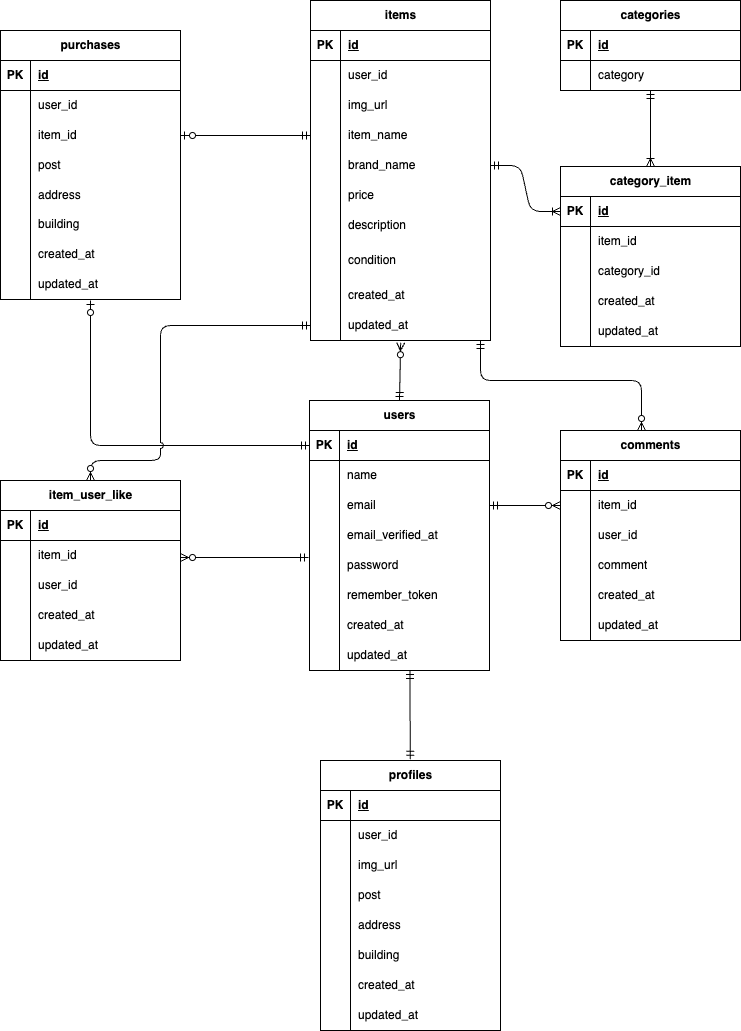
Above: ER.drawio.png in YamadaNanami/free-market-app (draw.io), before the change. Source tidied: cells renumbered, new cells last; positions are measured from the earlier drawing's top-left corner, leaving out a move shared by most shapes.
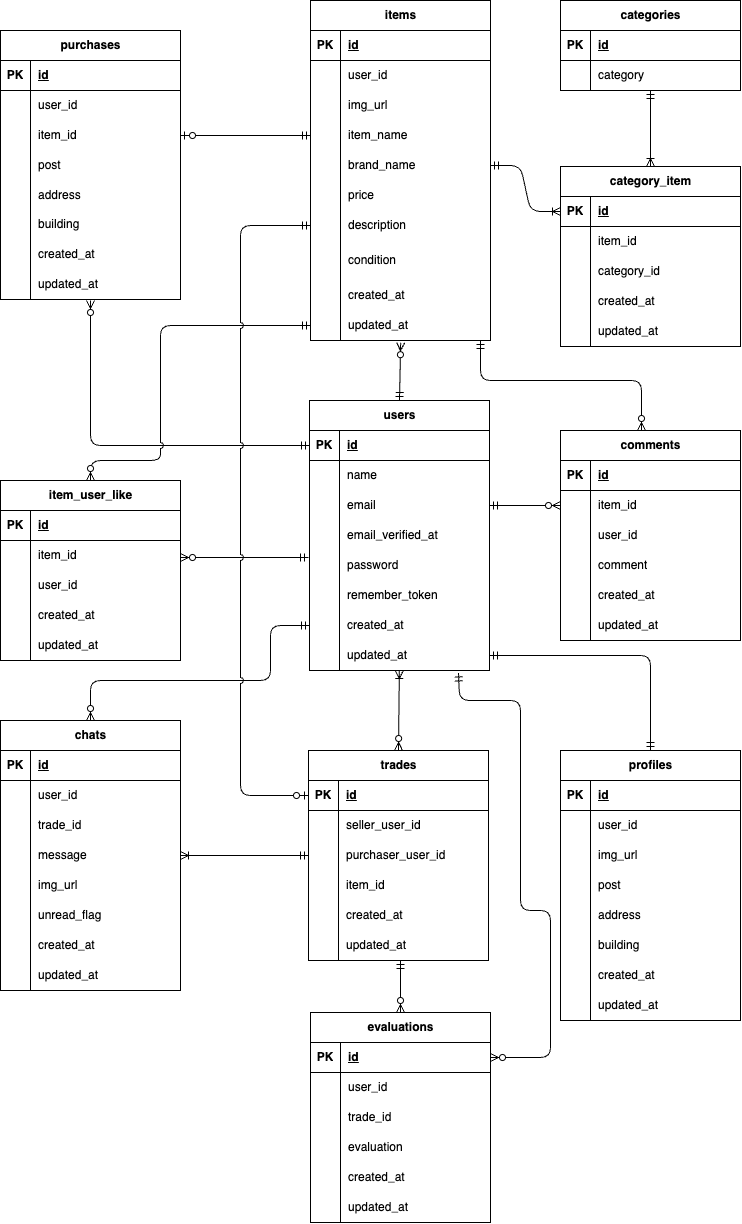
The same file after the commit.

Diff of the diagram source:
```diff
@@ -246,7 +246,7 @@
       <mxGeometry x="30" width="150" height="30" as="geometry" />
     </mxCell>
     <mxCell id="83" value="profiles" style="shape=table;startSize=30;rowLines=0;fontStyle=1;align=center;html=1;" parent="1" vertex="1">
-      <mxGeometry x="320" y="760" width="180" height="270" as="geometry" />
+      <mxGeometry x="560" y="750" width="180" height="270" as="geometry" />
     </mxCell>
     <mxCell id="84" style="shape=tableRow;horizontal=0;startSize=0;swimlaneHead=0;swimlaneBody=0;fillColor=none;top=0;left=0;right=0;bottom=1;" parent="83" vertex="1">
       <mxGeometry y="30" width="180" height="30" as="geometry" />
@@ -507,16 +507,13 @@
         <mxPoint x="399" y="400" as="sourcePoint" />
       </mxGeometry>
     </mxCell>
-    <mxCell id="169" style="fontSize=12;html=1;endArrow=ERmandOne;startArrow=ERmandOne;entryX=0.426;entryY=1.044;entryDx=0;entryDy=0;entryPerimeter=0;jumpSize=5;" parent="1" edge="1">
-      <mxGeometry relative="1" as="geometry">
-        <mxPoint x="409.8" y="758.7" as="sourcePoint" />
-        <mxPoint x="409.4" y="670" as="targetPoint" />
-      </mxGeometry>
+    <mxCell id="169" style="fontSize=12;html=1;endArrow=ERmandOne;startArrow=ERmandOne;entryX=1;entryY=0.5;entryDx=0;entryDy=0;jumpSize=5;exitX=0.5;exitY=0;exitDx=0;exitDy=0;edgeStyle=orthogonalEdgeStyle;" parent="1" edge="1" source="83" target="24">
+      <mxGeometry relative="1" as="geometry" />
     </mxCell>
     <mxCell id="170" style="fontSize=12;html=1;endArrow=ERzeroToOne;startArrow=ERmandOne;entryX=1;entryY=0.5;entryDx=0;entryDy=0;exitX=0;exitY=0.5;exitDx=0;exitDy=0;endFill=0;" parent="1" edge="1" source="62" target="34">
       <mxGeometry relative="1" as="geometry" />
     </mxCell>
-    <mxCell id="171" style="fontSize=12;html=1;endArrow=ERzeroToOne;startArrow=ERmandOne;entryX=0.5;entryY=1.033;entryDx=0;entryDy=0;exitX=0;exitY=0.5;exitDx=0;exitDy=0;edgeStyle=orthogonalEdgeStyle;entryPerimeter=0;endFill=0;" parent="1" edge="1" source="3" target="49">
+    <mxCell id="171" style="fontSize=12;html=1;endArrow=ERzeroToMany;startArrow=ERmandOne;entryX=0.5;entryY=1.033;entryDx=0;entryDy=0;exitX=0;exitY=0.5;exitDx=0;exitDy=0;edgeStyle=orthogonalEdgeStyle;entryPerimeter=0;endFill=0;" parent="1" edge="1" source="3" target="49">
       <mxGeometry relative="1" as="geometry" />
     </mxCell>
     <mxCell id="172" style="fontSize=12;html=1;endArrow=ERzeroToMany;startArrow=ERmandOne;entryX=1;entryY=0.5;entryDx=0;entryDy=0;" parent="1" edge="1">
@@ -547,5 +544,234 @@
     <mxCell id="175" style="fontSize=12;html=1;endArrow=ERzeroToMany;startArrow=ERmandOne;elbow=vertical;startFill=0;exitX=1;exitY=0.5;exitDx=0;exitDy=0;entryX=0;entryY=0.5;entryDx=0;entryDy=0;" parent="1" edge="1" source="9" target="135">
       <mxGeometry relative="1" as="geometry" />
     </mxCell>
+    <mxCell id="176" value="trades" style="shape=table;startSize=30;rowLines=0;fontStyle=1;align=center;html=1;" parent="1" vertex="1">
+      <mxGeometry x="308" y="750" width="180" height="210" as="geometry" />
+    </mxCell>
+    <mxCell id="177" style="shape=tableRow;horizontal=0;startSize=0;swimlaneHead=0;swimlaneBody=0;fillColor=none;points=[[0,0.5],[1,0.5]];portConstraint=eastwest;top=0;left=0;right=0;bottom=1;" parent="176" vertex="1">
+      <mxGeometry y="30" width="180" height="30" as="geometry" />
+    </mxCell>
+    <mxCell id="178" value="PK" style="shape=partialRectangle;fillColor=none;top=0;left=0;bottom=0;right=0;fontStyle=1;overflow=hidden;whiteSpace=wrap;html=1;" parent="177" vertex="1">
+      <mxGeometry width="30" height="30" as="geometry" />
+    </mxCell>
+    <mxCell id="179" value="id" style="shape=partialRectangle;fillColor=none;top=0;left=0;bottom=0;right=0;align=left;spacingLeft=6;fontStyle=5;overflow=hidden;whiteSpace=wrap;html=1;" parent="177" vertex="1">
+      <mxGeometry x="30" width="150" height="30" as="geometry" />
+    </mxCell>
+    <mxCell id="180" style="shape=tableRow;horizontal=0;startSize=0;swimlaneHead=0;swimlaneBody=0;fillColor=none;top=0;left=0;right=0;bottom=0;" parent="176" vertex="1">
+      <mxGeometry y="60" width="180" height="30" as="geometry" />
+    </mxCell>
+    <mxCell id="181" style="shape=partialRectangle;fillColor=none;top=0;left=0;bottom=0;right=0;overflow=hidden;whiteSpace=wrap;html=1;" parent="180" vertex="1">
+      <mxGeometry width="30" height="30" as="geometry" />
+    </mxCell>
+    <mxCell id="182" value="seller_user_id" style="shape=partialRectangle;fillColor=none;top=0;left=0;bottom=0;right=0;align=left;spacingLeft=6;overflow=hidden;whiteSpace=wrap;html=1;" parent="180" vertex="1">
+      <mxGeometry x="30" width="150" height="30" as="geometry" />
+    </mxCell>
+    <mxCell id="183" style="shape=tableRow;horizontal=0;startSize=0;swimlaneHead=0;swimlaneBody=0;fillColor=none;points=[[0,0.5],[1,0.5]];portConstraint=eastwest;top=0;left=0;right=0;bottom=0;" parent="176" vertex="1">
+      <mxGeometry y="90" width="180" height="30" as="geometry" />
+    </mxCell>
+    <mxCell id="184" style="shape=partialRectangle;fillColor=none;top=0;left=0;bottom=0;right=0;overflow=hidden;whiteSpace=wrap;html=1;" parent="183" vertex="1">
+      <mxGeometry width="30" height="30" as="geometry" />
+    </mxCell>
+    <mxCell id="185" value="purchaser_user_id" style="shape=partialRectangle;fillColor=none;top=0;left=0;bottom=0;right=0;align=left;spacingLeft=6;overflow=hidden;whiteSpace=wrap;html=1;" parent="183" vertex="1">
+      <mxGeometry x="30" width="150" height="30" as="geometry" />
+    </mxCell>
+    <mxCell id="186" style="shape=tableRow;horizontal=0;startSize=0;swimlaneHead=0;swimlaneBody=0;fillColor=none;top=0;left=0;right=0;bottom=0;" parent="176" vertex="1">
+      <mxGeometry y="120" width="180" height="30" as="geometry" />
+    </mxCell>
+    <mxCell id="187" style="shape=partialRectangle;fillColor=none;top=0;left=0;bottom=0;right=0;overflow=hidden;whiteSpace=wrap;html=1;" parent="186" vertex="1">
+      <mxGeometry width="30" height="30" as="geometry" />
+    </mxCell>
+    <mxCell id="188" value="item_id" style="shape=partialRectangle;fillColor=none;top=0;left=0;bottom=0;right=0;align=left;spacingLeft=6;overflow=hidden;whiteSpace=wrap;html=1;" parent="186" vertex="1">
+      <mxGeometry x="30" width="150" height="30" as="geometry" />
+    </mxCell>
+    <mxCell id="189" style="shape=tableRow;horizontal=0;startSize=0;swimlaneHead=0;swimlaneBody=0;fillColor=none;top=0;left=0;right=0;bottom=0;" parent="176" vertex="1">
+      <mxGeometry y="150" width="180" height="30" as="geometry" />
+    </mxCell>
+    <mxCell id="190" style="shape=partialRectangle;fillColor=none;top=0;left=0;bottom=0;right=0;overflow=hidden;whiteSpace=wrap;html=1;" parent="189" vertex="1">
+      <mxGeometry width="30" height="30" as="geometry" />
+    </mxCell>
+    <mxCell id="191" value="created_at" style="shape=partialRectangle;fillColor=none;top=0;left=0;bottom=0;right=0;align=left;spacingLeft=6;overflow=hidden;whiteSpace=wrap;html=1;" parent="189" vertex="1">
+      <mxGeometry x="30" width="150" height="30" as="geometry" />
+    </mxCell>
+    <mxCell id="192" style="shape=tableRow;horizontal=0;startSize=0;swimlaneHead=0;swimlaneBody=0;fillColor=none;top=0;left=0;right=0;bottom=0;" parent="176" vertex="1">
+      <mxGeometry y="180" width="180" height="30" as="geometry" />
+    </mxCell>
+    <mxCell id="193" style="shape=partialRectangle;fillColor=none;top=0;left=0;bottom=0;right=0;overflow=hidden;whiteSpace=wrap;html=1;" parent="192" vertex="1">
+      <mxGeometry width="30" height="30" as="geometry" />
+    </mxCell>
+    <mxCell id="194" value="updated_at" style="shape=partialRectangle;fillColor=none;top=0;left=0;bottom=0;right=0;align=left;spacingLeft=6;overflow=hidden;whiteSpace=wrap;html=1;" parent="192" vertex="1">
+      <mxGeometry x="30" width="150" height="30" as="geometry" />
+    </mxCell>
+    <mxCell id="195" value="chats" style="shape=table;startSize=30;rowLines=0;fontStyle=1;align=center;html=1;" parent="1" vertex="1">
+      <mxGeometry y="720" width="180" height="270" as="geometry" />
+    </mxCell>
+    <mxCell id="196" style="shape=tableRow;horizontal=0;startSize=0;swimlaneHead=0;swimlaneBody=0;fillColor=none;top=0;left=0;right=0;bottom=1;" parent="195" vertex="1">
+      <mxGeometry y="30" width="180" height="30" as="geometry" />
+    </mxCell>
+    <mxCell id="197" value="PK" style="shape=partialRectangle;fillColor=none;top=0;left=0;bottom=0;right=0;fontStyle=1;overflow=hidden;whiteSpace=wrap;html=1;" parent="196" vertex="1">
+      <mxGeometry width="30" height="30" as="geometry" />
+    </mxCell>
+    <mxCell id="198" value="id" style="shape=partialRectangle;fillColor=none;top=0;left=0;bottom=0;right=0;align=left;spacingLeft=6;fontStyle=5;overflow=hidden;whiteSpace=wrap;html=1;" parent="196" vertex="1">
+      <mxGeometry x="30" width="150" height="30" as="geometry" />
+    </mxCell>
+    <mxCell id="199" style="shape=tableRow;horizontal=0;startSize=0;swimlaneHead=0;swimlaneBody=0;fillColor=none;top=0;left=0;right=0;bottom=0;" parent="195" vertex="1">
+      <mxGeometry y="60" width="180" height="30" as="geometry" />
+    </mxCell>
+    <mxCell id="200" style="shape=partialRectangle;fillColor=none;top=0;left=0;bottom=0;right=0;overflow=hidden;whiteSpace=wrap;html=1;" parent="199" vertex="1">
+      <mxGeometry width="30" height="30" as="geometry" />
+    </mxCell>
+    <mxCell id="201" value="user_id" style="shape=partialRectangle;fillColor=none;top=0;left=0;bottom=0;right=0;align=left;spacingLeft=6;overflow=hidden;whiteSpace=wrap;html=1;" parent="199" vertex="1">
+      <mxGeometry x="30" width="150" height="30" as="geometry" />
+    </mxCell>
+    <mxCell id="202" style="shape=tableRow;horizontal=0;startSize=0;swimlaneHead=0;swimlaneBody=0;fillColor=none;top=0;left=0;right=0;bottom=0;" parent="195" vertex="1">
+      <mxGeometry y="90" width="180" height="30" as="geometry" />
+    </mxCell>
+    <mxCell id="203" style="shape=partialRectangle;fillColor=none;top=0;left=0;bottom=0;right=0;overflow=hidden;whiteSpace=wrap;html=1;" parent="202" vertex="1">
+      <mxGeometry width="30" height="30" as="geometry" />
+    </mxCell>
+    <mxCell id="204" value="trade_id" style="shape=partialRectangle;fillColor=none;top=0;left=0;bottom=0;right=0;align=left;spacingLeft=6;overflow=hidden;whiteSpace=wrap;html=1;" parent="202" vertex="1">
+      <mxGeometry x="30" width="150" height="30" as="geometry" />
+    </mxCell>
+    <mxCell id="205" style="shape=tableRow;horizontal=0;startSize=0;swimlaneHead=0;swimlaneBody=0;fillColor=none;points=[[0,0.5],[1,0.5]];portConstraint=eastwest;top=0;left=0;right=0;bottom=0;" parent="195" vertex="1">
+      <mxGeometry y="120" width="180" height="30" as="geometry" />
+    </mxCell>
+    <mxCell id="206" style="shape=partialRectangle;fillColor=none;top=0;left=0;bottom=0;right=0;overflow=hidden;whiteSpace=wrap;html=1;" parent="205" vertex="1">
+      <mxGeometry width="30" height="30" as="geometry" />
+    </mxCell>
+    <mxCell id="207" value="message" style="shape=partialRectangle;fillColor=none;top=0;left=0;bottom=0;right=0;align=left;spacingLeft=6;overflow=hidden;whiteSpace=wrap;html=1;" parent="205" vertex="1">
+      <mxGeometry x="30" width="150" height="30" as="geometry" />
+    </mxCell>
+    <mxCell id="208" style="shape=tableRow;horizontal=0;startSize=0;swimlaneHead=0;swimlaneBody=0;fillColor=none;top=0;left=0;right=0;bottom=0;" parent="195" vertex="1">
+      <mxGeometry y="150" width="180" height="30" as="geometry" />
+    </mxCell>
+    <mxCell id="209" style="shape=partialRectangle;fillColor=none;top=0;left=0;bottom=0;right=0;overflow=hidden;whiteSpace=wrap;html=1;" parent="208" vertex="1">
+      <mxGeometry width="30" height="30" as="geometry" />
+    </mxCell>
+    <mxCell id="210" value="img_url" style="shape=partialRectangle;fillColor=none;top=0;left=0;bottom=0;right=0;align=left;spacingLeft=6;overflow=hidden;whiteSpace=wrap;html=1;" parent="208" vertex="1">
+      <mxGeometry x="30" width="150" height="30" as="geometry" />
+    </mxCell>
+    <mxCell id="211" style="shape=tableRow;horizontal=0;startSize=0;swimlaneHead=0;swimlaneBody=0;fillColor=none;top=0;left=0;right=0;bottom=0;" parent="195" vertex="1">
+      <mxGeometry y="180" width="180" height="30" as="geometry" />
+    </mxCell>
+    <mxCell id="212" style="shape=partialRectangle;fillColor=none;top=0;left=0;bottom=0;right=0;overflow=hidden;whiteSpace=wrap;html=1;" parent="211" vertex="1">
+      <mxGeometry width="30" height="30" as="geometry" />
+    </mxCell>
+    <mxCell id="213" value="unread_flag" style="shape=partialRectangle;fillColor=none;top=0;left=0;bottom=0;right=0;align=left;spacingLeft=6;overflow=hidden;whiteSpace=wrap;html=1;" parent="211" vertex="1">
+      <mxGeometry x="30" width="150" height="30" as="geometry" />
+    </mxCell>
+    <mxCell id="214" style="shape=tableRow;horizontal=0;startSize=0;swimlaneHead=0;swimlaneBody=0;fillColor=none;top=0;left=0;right=0;bottom=0;" parent="195" vertex="1">
+      <mxGeometry y="210" width="180" height="30" as="geometry" />
+    </mxCell>
+    <mxCell id="215" style="shape=partialRectangle;fillColor=none;top=0;left=0;bottom=0;right=0;overflow=hidden;whiteSpace=wrap;html=1;" parent="214" vertex="1">
+      <mxGeometry width="30" height="30" as="geometry" />
+    </mxCell>
+    <mxCell id="216" value="created_at" style="shape=partialRectangle;fillColor=none;top=0;left=0;bottom=0;right=0;align=left;spacingLeft=6;overflow=hidden;whiteSpace=wrap;html=1;" parent="214" vertex="1">
+      <mxGeometry x="30" width="150" height="30" as="geometry" />
+    </mxCell>
+    <mxCell id="217" style="shape=tableRow;horizontal=0;startSize=0;swimlaneHead=0;swimlaneBody=0;fillColor=none;top=0;left=0;right=0;bottom=0;" parent="195" vertex="1">
+      <mxGeometry y="240" width="180" height="30" as="geometry" />
+    </mxCell>
+    <mxCell id="218" style="shape=partialRectangle;fillColor=none;top=0;left=0;bottom=0;right=0;overflow=hidden;whiteSpace=wrap;html=1;" parent="217" vertex="1">
+      <mxGeometry width="30" height="30" as="geometry" />
+    </mxCell>
+    <mxCell id="219" value="updated_at" style="shape=partialRectangle;fillColor=none;top=0;left=0;bottom=0;right=0;align=left;spacingLeft=6;overflow=hidden;whiteSpace=wrap;html=1;" parent="217" vertex="1">
+      <mxGeometry x="30" width="150" height="30" as="geometry" />
+    </mxCell>
+    <mxCell id="220" value="evaluations" style="shape=table;startSize=30;rowLines=0;fontStyle=1;align=center;html=1;" parent="1" vertex="1">
+      <mxGeometry x="310" y="1012" width="180" height="210" as="geometry" />
+    </mxCell>
+    <mxCell id="221" style="shape=tableRow;horizontal=0;startSize=0;swimlaneHead=0;swimlaneBody=0;fillColor=none;points=[[0,0.5],[1,0.5]];portConstraint=eastwest;top=0;left=0;right=0;bottom=1;" parent="220" vertex="1">
+      <mxGeometry y="30" width="180" height="30" as="geometry" />
+    </mxCell>
+    <mxCell id="222" value="PK" style="shape=partialRectangle;fillColor=none;top=0;left=0;bottom=0;right=0;fontStyle=1;overflow=hidden;whiteSpace=wrap;html=1;" parent="221" vertex="1">
+      <mxGeometry width="30" height="30" as="geometry" />
+    </mxCell>
+    <mxCell id="223" value="id" style="shape=partialRectangle;fillColor=none;top=0;left=0;bottom=0;right=0;align=left;spacingLeft=6;fontStyle=5;overflow=hidden;whiteSpace=wrap;html=1;" parent="221" vertex="1">
+      <mxGeometry x="30" width="150" height="30" as="geometry" />
+    </mxCell>
+    <mxCell id="224" style="shape=tableRow;horizontal=0;startSize=0;swimlaneHead=0;swimlaneBody=0;fillColor=none;top=0;left=0;right=0;bottom=0;" parent="220" vertex="1">
+      <mxGeometry y="60" width="180" height="30" as="geometry" />
+    </mxCell>
+    <mxCell id="225" style="shape=partialRectangle;fillColor=none;top=0;left=0;bottom=0;right=0;overflow=hidden;whiteSpace=wrap;html=1;" parent="224" vertex="1">
+      <mxGeometry width="30" height="30" as="geometry" />
+    </mxCell>
+    <mxCell id="226" value="user_id" style="shape=partialRectangle;fillColor=none;top=0;left=0;bottom=0;right=0;align=left;spacingLeft=6;overflow=hidden;whiteSpace=wrap;html=1;" parent="224" vertex="1">
+      <mxGeometry x="30" width="150" height="30" as="geometry" />
+    </mxCell>
+    <mxCell id="227" style="shape=tableRow;horizontal=0;startSize=0;swimlaneHead=0;swimlaneBody=0;fillColor=none;top=0;left=0;right=0;bottom=0;" parent="220" vertex="1">
+      <mxGeometry y="90" width="180" height="30" as="geometry" />
+    </mxCell>
+    <mxCell id="228" style="shape=partialRectangle;fillColor=none;top=0;left=0;bottom=0;right=0;overflow=hidden;whiteSpace=wrap;html=1;" parent="227" vertex="1">
+      <mxGeometry width="30" height="30" as="geometry" />
+    </mxCell>
+    <mxCell id="229" value="trade_id" style="shape=partialRectangle;fillColor=none;top=0;left=0;bottom=0;right=0;align=left;spacingLeft=6;overflow=hidden;whiteSpace=wrap;html=1;" parent="227" vertex="1">
+      <mxGeometry x="30" width="150" height="30" as="geometry" />
+    </mxCell>
+    <mxCell id="230" style="shape=tableRow;horizontal=0;startSize=0;swimlaneHead=0;swimlaneBody=0;fillColor=none;top=0;left=0;right=0;bottom=0;" parent="220" vertex="1">
+      <mxGeometry y="120" width="180" height="30" as="geometry" />
+    </mxCell>
+    <mxCell id="231" style="shape=partialRectangle;fillColor=none;top=0;left=0;bottom=0;right=0;overflow=hidden;whiteSpace=wrap;html=1;" parent="230" vertex="1">
+      <mxGeometry width="30" height="30" as="geometry" />
+    </mxCell>
+    <mxCell id="232" value="evaluation" style="shape=partialRectangle;fillColor=none;top=0;left=0;bottom=0;right=0;align=left;spacingLeft=6;overflow=hidden;whiteSpace=wrap;html=1;" parent="230" vertex="1">
+      <mxGeometry x="30" width="150" height="30" as="geometry" />
+    </mxCell>
+    <mxCell id="233" style="shape=tableRow;horizontal=0;startSize=0;swimlaneHead=0;swimlaneBody=0;fillColor=none;top=0;left=0;right=0;bottom=0;" parent="220" vertex="1">
+      <mxGeometry y="150" width="180" height="30" as="geometry" />
+    </mxCell>
+    <mxCell id="234" style="shape=partialRectangle;fillColor=none;top=0;left=0;bottom=0;right=0;overflow=hidden;whiteSpace=wrap;html=1;" parent="233" vertex="1">
+      <mxGeometry width="30" height="30" as="geometry" />
+    </mxCell>
+    <mxCell id="235" value="created_at" style="shape=partialRectangle;fillColor=none;top=0;left=0;bottom=0;right=0;align=left;spacingLeft=6;overflow=hidden;whiteSpace=wrap;html=1;" parent="233" vertex="1">
+      <mxGeometry x="30" width="150" height="30" as="geometry" />
+    </mxCell>
+    <mxCell id="236" style="shape=tableRow;horizontal=0;startSize=0;swimlaneHead=0;swimlaneBody=0;fillColor=none;top=0;left=0;right=0;bottom=0;" parent="220" vertex="1">
+      <mxGeometry y="180" width="180" height="30" as="geometry" />
+    </mxCell>
+    <mxCell id="237" style="shape=partialRectangle;fillColor=none;top=0;left=0;bottom=0;right=0;overflow=hidden;whiteSpace=wrap;html=1;" parent="236" vertex="1">
+      <mxGeometry width="30" height="30" as="geometry" />
+    </mxCell>
+    <mxCell id="238" value="updated_at" style="shape=partialRectangle;fillColor=none;top=0;left=0;bottom=0;right=0;align=left;spacingLeft=6;overflow=hidden;whiteSpace=wrap;html=1;" parent="236" vertex="1">
+      <mxGeometry x="30" width="150" height="30" as="geometry" />
+    </mxCell>
+    <mxCell id="239" style="fontSize=12;html=1;endArrow=ERoneToMany;startArrow=ERmandOne;exitX=0;exitY=0.5;exitDx=0;exitDy=0;entryX=1;entryY=0.5;entryDx=0;entryDy=0;" parent="1" edge="1" source="183" target="205">
+      <mxGeometry relative="1" as="geometry" />
+    </mxCell>
+    <mxCell id="240" style="fontSize=12;html=1;endArrow=ERzeroToMany;startArrow=ERmandOne;entryX=0.5;entryY=0;entryDx=0;entryDy=0;edgeStyle=orthogonalEdgeStyle;endFill=0;" parent="1" edge="1" source="21" target="195">
+      <mxGeometry relative="1" as="geometry">
+        <Array as="points">
+          <mxPoint x="270" y="625" />
+          <mxPoint x="270" y="680" />
+          <mxPoint x="90" y="680" />
+        </Array>
+      </mxGeometry>
+    </mxCell>
+    <mxCell id="241" style="fontSize=12;html=1;endArrow=ERzeroToMany;startArrow=ERmandOne;entryX=1;entryY=0.5;entryDx=0;entryDy=0;edgeStyle=orthogonalEdgeStyle;exitX=0.828;exitY=1.081;exitDx=0;exitDy=0;exitPerimeter=0;endFill=0;" parent="1" edge="1" source="24" target="221">
+      <mxGeometry relative="1" as="geometry">
+        <Array as="points">
+          <mxPoint x="459" y="672" />
+          <mxPoint x="459" y="700" />
+          <mxPoint x="520" y="700" />
+          <mxPoint x="520" y="910" />
+          <mxPoint x="550" y="910" />
+          <mxPoint x="550" y="1057" />
+        </Array>
+      </mxGeometry>
+    </mxCell>
+    <mxCell id="242" style="fontSize=12;html=1;endArrow=ERoneToMany;startArrow=ERzeroToMany;exitX=0.5;exitY=0;exitDx=0;exitDy=0;startFill=0;" parent="1" edge="1" source="176" target="24">
+      <mxGeometry relative="1" as="geometry" />
+    </mxCell>
+    <mxCell id="243" style="fontSize=12;html=1;endArrow=ERzeroToMany;startArrow=ERmandOne;entryX=0.5;entryY=0;entryDx=0;entryDy=0;endFill=0;" parent="1" edge="1" target="220">
+      <mxGeometry relative="1" as="geometry">
+        <mxPoint x="400" y="960" as="sourcePoint" />
+      </mxGeometry>
+    </mxCell>
+    <mxCell id="244" style="fontSize=12;html=1;endArrow=ERzeroToOne;startArrow=ERmandOne;entryX=0;entryY=0.5;entryDx=0;entryDy=0;edgeStyle=orthogonalEdgeStyle;exitX=0;exitY=0.5;exitDx=0;exitDy=0;jumpStyle=arc;endFill=0;" parent="1" edge="1" source="71" target="177">
+      <mxGeometry relative="1" as="geometry">
+        <Array as="points">
+          <mxPoint x="240" y="225" />
+          <mxPoint x="240" y="795" />
+        </Array>
+      </mxGeometry>
+    </mxCell>
   </root>
 </mxGraphModel>
```
